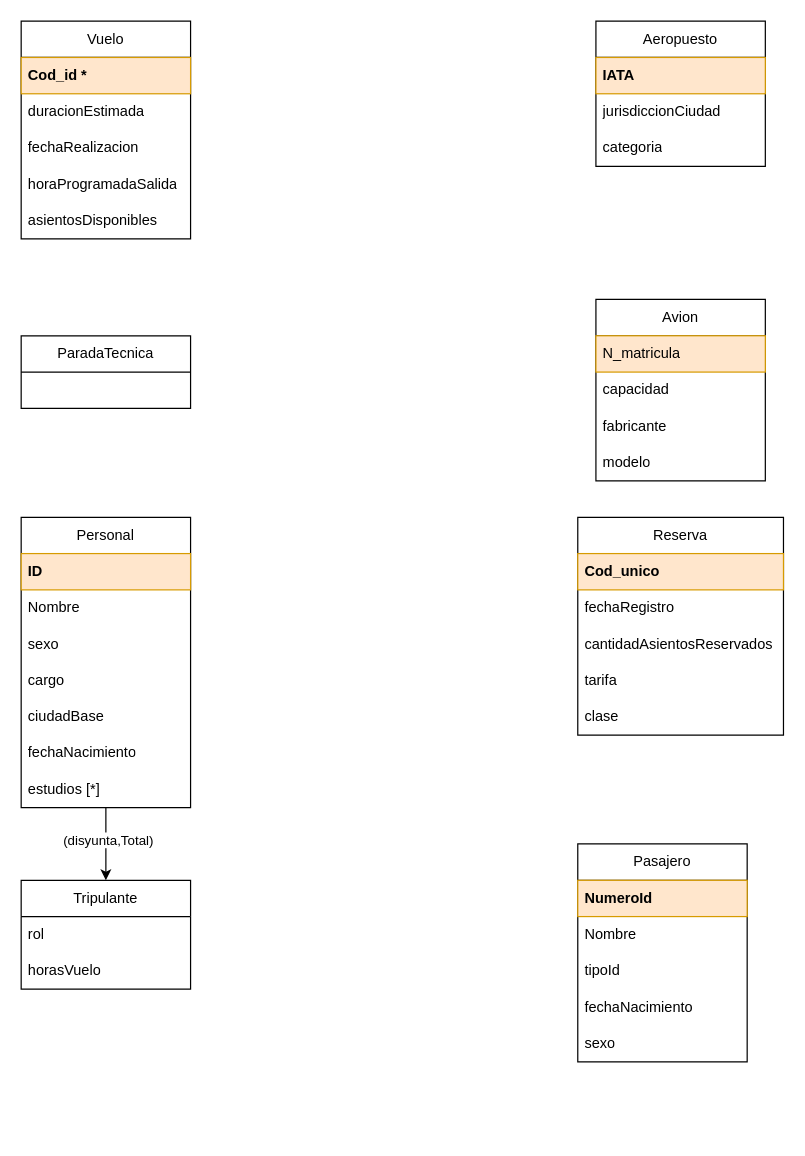
The draw.io diagram aerolineasUML.drawio in jhosebro/Bases-de-datos, before the edit. Source tidied: cells renumbered, new cells numbered last; positions are measured from the earlier drawing's top-left corner, leaving out a move shared by most shapes. Both pictures are drawn from the tidied source at 121%, with x=0, y=0 at pixel (21, 21).
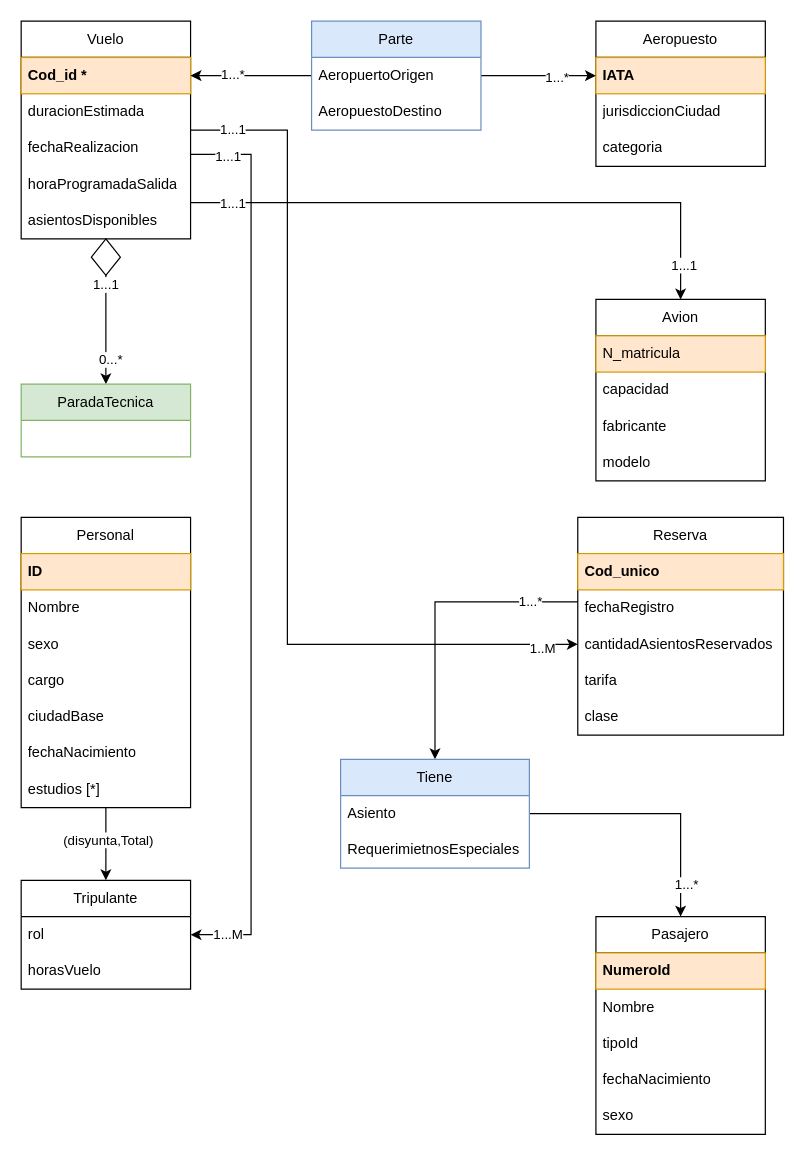
The same diagram, later.

The change refers to these unchanged cells:
```xml
<mxCell id="2" value="Vuelo" style="swimlane;fontStyle=0;horizontal=1;startSize=30;whiteSpace=wrap;html=1;" parent="1" vertex="1">
  <mxGeometry width="140" height="180" as="geometry" />
</mxCell>
<mxCell id="13" value="Avion" style="swimlane;fontStyle=0;horizontal=1;startSize=30;whiteSpace=wrap;html=1;" parent="1" vertex="1">
  <mxGeometry x="475" y="230" width="140" height="150" as="geometry" />
</mxCell>
<mxCell id="29" value="rol" style="text;strokeColor=none;fillColor=none;align=left;verticalAlign=middle;spacingLeft=4;spacingRight=4;overflow=hidden;points=[[0,0.5],[1,0.5]];portConstraint=eastwest;whiteSpace=wrap;html=1;" parent="28" vertex="1">
  <mxGeometry y="30" width="140" height="30" as="geometry" />
</mxCell>
<mxCell id="31" value="Reserva" style="swimlane;fontStyle=0;horizontal=1;startSize=30;whiteSpace=wrap;html=1;" parent="1" vertex="1">
  <mxGeometry x="460" y="410" width="170" height="180" as="geometry" />
</mxCell>
<mxCell id="34" value="cantidadAsientosReservados" style="text;strokeColor=none;fillColor=none;align=left;verticalAlign=middle;spacingLeft=4;spacingRight=4;overflow=hidden;points=[[0,0.5],[1,0.5]];portConstraint=eastwest;whiteSpace=wrap;html=1;" parent="31" vertex="1">
  <mxGeometry y="90" width="170" height="30" as="geometry" />
</mxCell>
```

What changed in the source:
```diff
@@
+    <mxCell id="43" style="edgeStyle=orthogonalEdgeStyle;rounded=0;jettySize=auto;html=1;entryX=0.5;entryY=0;entryDx=0;entryDy=0;" parent="1" edge="1" source="2" target="13">
+      <mxGeometry relative="1" as="geometry">
+        <Array as="points">
+          <mxPoint x="545" y="150" />
+        </Array>
+      </mxGeometry>
+    </mxCell>
+    <mxCell id="44" value="1...1" style="edgeLabel;html=1;align=center;verticalAlign=middle;" parent="43" vertex="1">
+      <mxGeometry x="-0.86" relative="1" as="geometry" />
+    </mxCell>
+    <mxCell id="45" value="1...1" style="edgeLabel;html=1;align=center;verticalAlign=middle;" parent="43" vertex="1">
+      <mxGeometry x="0.88" y="2" relative="1" as="geometry" />
+    </mxCell>
+    <mxCell id="46" style="edgeStyle=orthogonalEdgeStyle;rounded=0;jettySize=auto;html=1;entryX=0.5;entryY=0;entryDx=0;entryDy=0;" parent="1" edge="1" source="2" target="12">
+      <mxGeometry relative="1" as="geometry" />
+    </mxCell>
+    <mxCell id="47" value="0...*" style="edgeLabel;html=1;align=center;verticalAlign=middle;" parent="46" vertex="1">
+      <mxGeometry x="0.65" y="3" relative="1" as="geometry" />
+    </mxCell>
+    <mxCell id="48" value="1...1" style="edgeLabel;html=1;align=center;verticalAlign=middle;" parent="46" vertex="1">
+      <mxGeometry x="-0.39" y="-1" relative="1" as="geometry" />
+    </mxCell>
+    <mxCell id="49" style="edgeStyle=orthogonalEdgeStyle;rounded=0;jettySize=auto;html=1;entryX=0;entryY=0.5;entryDx=0;entryDy=0;" parent="1" edge="1" source="2" target="34">
+      <mxGeometry relative="1" as="geometry">
+        <Array as="points">
+          <mxPoint x="220" y="90" />
+          <mxPoint x="220" y="515" />
+        </Array>
+      </mxGeometry>
+    </mxCell>
+    <mxCell id="50" value="1..M" style="edgeLabel;html=1;align=center;verticalAlign=middle;" parent="49" vertex="1">
+      <mxGeometry x="0.92" y="-3" relative="1" as="geometry" />
+    </mxCell>
+    <mxCell id="51" value="1...1" style="edgeLabel;html=1;align=center;verticalAlign=middle;" parent="49" vertex="1">
+      <mxGeometry x="-0.91" y="1" relative="1" as="geometry" />
+    </mxCell>
+    <mxCell id="52" style="edgeStyle=orthogonalEdgeStyle;rounded=0;jettySize=auto;html=1;entryX=1;entryY=0.5;entryDx=0;entryDy=0;" parent="1" edge="1" source="2" target="29">
+      <mxGeometry relative="1" as="geometry">
+        <Array as="points">
+          <mxPoint x="190" y="110" />
+          <mxPoint x="190" y="755" />
+        </Array>
+      </mxGeometry>
+    </mxCell>
+    <mxCell id="53" value="1...M" style="edgeLabel;html=1;align=center;verticalAlign=middle;" parent="52" vertex="1">
+      <mxGeometry x="0.92" y="-1" relative="1" as="geometry" />
+    </mxCell>
+    <mxCell id="54" value="1...1" style="edgeLabel;html=1;align=center;verticalAlign=middle;" parent="52" vertex="1">
+      <mxGeometry x="-0.92" y="-1" relative="1" as="geometry" />
+    </mxCell>
@@
-    <mxCell id="12" value="ParadaTecnica" style="swimlane;fontStyle=0;horizontal=1;startSize=30;whiteSpace=wrap;html=1;" parent="1" vertex="1">
-      <mxGeometry y="260" width="140" height="60" as="geometry" />
+    <mxCell id="12" value="ParadaTecnica" style="swimlane;fontStyle=0;horizontal=1;startSize=30;whiteSpace=wrap;html=1;fillColor=#d5e8d4;strokeColor=#82b366;" parent="1" vertex="1">
+      <mxGeometry y="300" width="140" height="60" as="geometry" />
     </mxCell>
@@
+    <mxCell id="55" style="edgeStyle=orthogonalEdgeStyle;rounded=0;jettySize=auto;html=1;" parent="1" edge="1" source="31" target="67">
+      <mxGeometry relative="1" as="geometry">
+        <Array as="points">
+          <mxPoint x="342" y="480" />
+        </Array>
+      </mxGeometry>
+    </mxCell>
+    <mxCell id="56" value="1...*" style="edgeLabel;html=1;align=center;verticalAlign=middle;" parent="55" vertex="1">
+      <mxGeometry x="-0.68" y="-1" relative="1" as="geometry" />
+    </mxCell>
@@
     <mxCell id="37" value="Pasajero" style="swimlane;fontStyle=0;horizontal=1;startSize=30;whiteSpace=wrap;html=1;" parent="1" vertex="1">
-      <mxGeometry x="460" y="680" width="140" height="180" as="geometry" />
+      <mxGeometry x="475" y="740" width="140" height="180" as="geometry" />
     </mxCell>
@@
+    <mxCell id="57" style="edgeStyle=orthogonalEdgeStyle;rounded=0;jettySize=auto;html=1;entryX=1;entryY=0.25;entryDx=0;entryDy=0;" parent="1" edge="1" source="61" target="2">
+      <mxGeometry relative="1" as="geometry" />
+    </mxCell>
+    <mxCell id="58" value="1...*" style="edgeLabel;html=1;align=center;verticalAlign=middle;" parent="57" vertex="1">
+      <mxGeometry x="0.32" y="-2" relative="1" as="geometry" />
+    </mxCell>
+    <mxCell id="59" style="edgeStyle=orthogonalEdgeStyle;rounded=0;orthogonalLoop=1;jettySize=auto;html=1;entryX=0;entryY=0.5;entryDx=0;entryDy=0;" parent="1" edge="1">
+      <mxGeometry relative="1" as="geometry">
+        <mxPoint x="380" y="45" as="sourcePoint" />
+        <mxPoint x="475" y="45" as="targetPoint" />
+      </mxGeometry>
+    </mxCell>
+    <mxCell id="60" value="1...*" style="edgeLabel;html=1;align=center;verticalAlign=middle;" parent="59" vertex="1">
+      <mxGeometry x="0.31" y="-1" relative="1" as="geometry" />
+    </mxCell>
+    <mxCell id="61" value="Parte" style="swimlane;fontStyle=0;horizontal=1;startSize=30;whiteSpace=wrap;html=1;fillColor=#dae8fc;strokeColor=#6c8ebf;" parent="1" vertex="1">
+      <mxGeometry x="240" width="140" height="90" as="geometry" />
+    </mxCell>
+    <mxCell id="62" value="AeropuertoOrigen" style="text;strokeColor=none;fillColor=none;align=left;verticalAlign=middle;spacingLeft=4;spacingRight=4;overflow=hidden;whiteSpace=wrap;html=1;" parent="61" vertex="1">
+      <mxGeometry y="30" width="140" height="30" as="geometry" />
+    </mxCell>
+    <mxCell id="63" value="AeropuestoDestino" style="text;strokeColor=none;fillColor=none;align=left;verticalAlign=middle;spacingLeft=4;spacingRight=4;overflow=hidden;whiteSpace=wrap;html=1;" parent="61" vertex="1">
+      <mxGeometry y="60" width="140" height="30" as="geometry" />
+    </mxCell>
+    <mxCell id="64" style="rhombus;whiteSpace=wrap;html=1;" parent="1" vertex="1">
+      <mxGeometry x="58" y="180" width="24" height="30" as="geometry" />
+    </mxCell>
+    <mxCell id="65" style="edgeStyle=orthogonalEdgeStyle;rounded=0;jettySize=auto;html=1;entryX=0.5;entryY=0;entryDx=0;entryDy=0;" parent="1" edge="1" source="67" target="37">
+      <mxGeometry relative="1" as="geometry" />
+    </mxCell>
+    <mxCell id="66" value="1...*" style="edgeLabel;html=1;align=center;verticalAlign=middle;" parent="65" vertex="1">
+      <mxGeometry x="0.74" y="4" relative="1" as="geometry" />
+    </mxCell>
+    <mxCell id="67" value="Tiene" style="swimlane;fontStyle=0;horizontal=1;startSize=30;whiteSpace=wrap;html=1;fillColor=#dae8fc;strokeColor=#6c8ebf;" parent="1" vertex="1">
+      <mxGeometry x="264" y="610" width="156" height="90" as="geometry" />
+    </mxCell>
+    <mxCell id="68" value="Asiento" style="text;strokeColor=none;fillColor=none;align=left;verticalAlign=middle;spacingLeft=4;spacingRight=4;overflow=hidden;whiteSpace=wrap;html=1;" parent="67" vertex="1">
+      <mxGeometry y="30" width="156" height="30" as="geometry" />
+    </mxCell>
+    <mxCell id="69" value="RequerimietnosEspeciales" style="text;strokeColor=none;fillColor=none;align=left;verticalAlign=middle;spacingLeft=4;spacingRight=4;overflow=hidden;whiteSpace=wrap;html=1;" parent="67" vertex="1">
+      <mxGeometry y="60" width="156" height="30" as="geometry" />
+    </mxCell>
```
